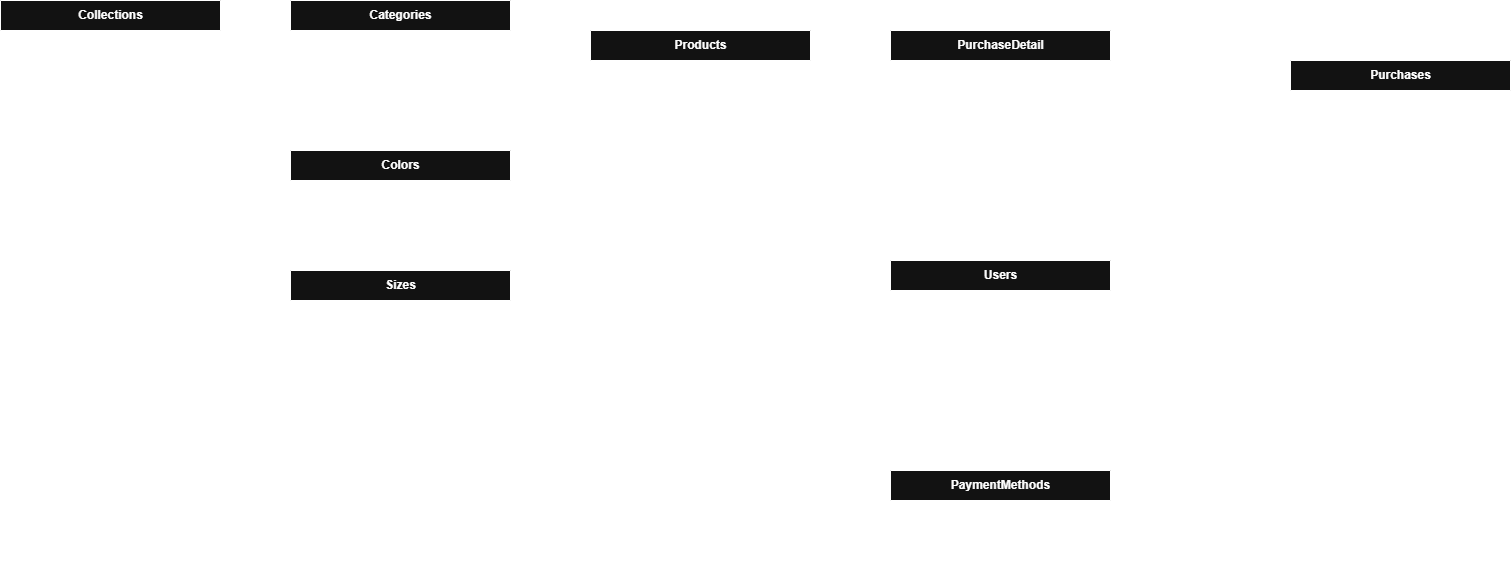
The draw.io diagram erd/clothes.drawio.png in zuyatna/clothing-store-cli, before a commit. Source tidied: cells renumbered, new cells last; positions are measured from the earlier drawing's top-left corner, leaving out a move shared by most shapes.
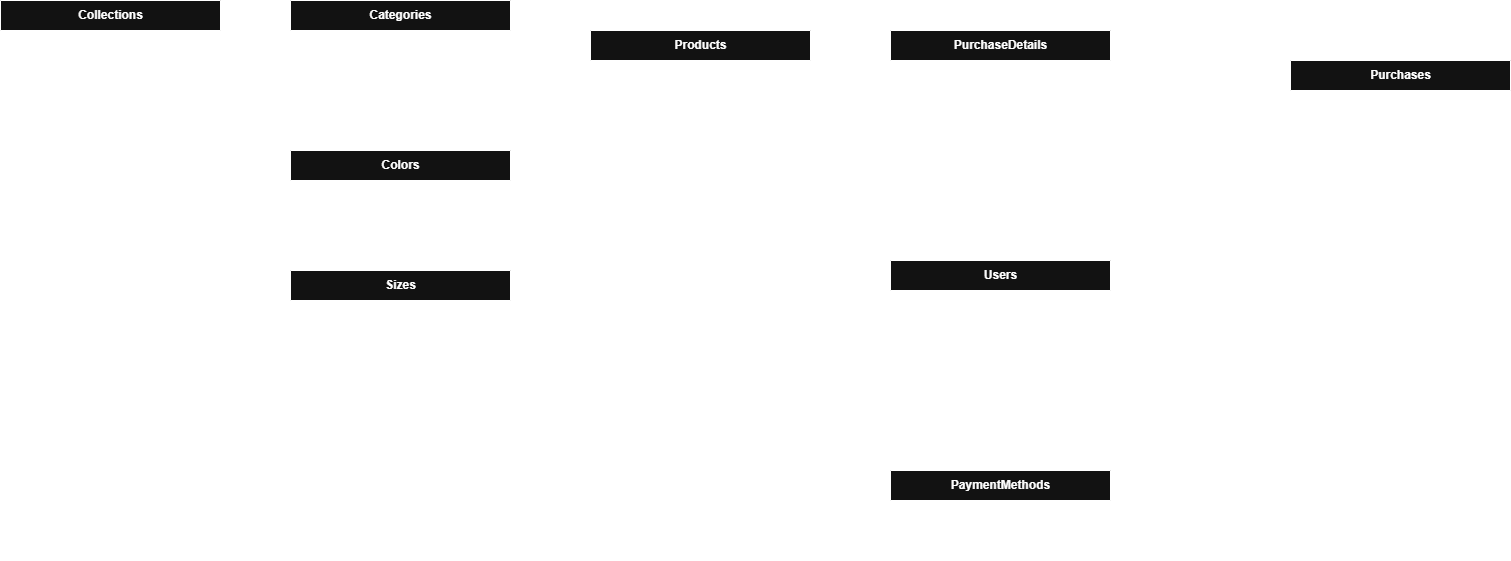
Later version of the same file.

Commit message:
fix: naming table

The edit, as a diff of the source:
```diff
@@ -323,7 +323,7 @@
     <mxCell id="108" style="edgeStyle=entityRelationEdgeStyle;fontSize=12;html=1;endArrow=ERoneToMany;rounded=0;entryX=0;entryY=0.5;entryDx=0;entryDy=0;exitX=1;exitY=0.5;exitDx=0;exitDy=0;" parent="1" edge="1" source="60" target="89">
       <mxGeometry relative="1" as="geometry" />
     </mxCell>
-    <mxCell id="109" value="PurchaseDetail" style="shape=table;startSize=30;rowLines=0;fontStyle=1;align=center;html=1;" parent="1" vertex="1">
+    <mxCell id="109" value="PurchaseDetails" style="shape=table;startSize=30;rowLines=0;fontStyle=1;align=center;html=1;" parent="1" vertex="1">
       <mxGeometry x="890" y="30" width="220" height="180" as="geometry" />
     </mxCell>
     <mxCell id="110" style="shape=tableRow;horizontal=0;startSize=0;swimlaneHead=0;swimlaneBody=0;fillColor=none;top=0;left=0;right=0;bottom=1;" parent="109" vertex="1">
```
